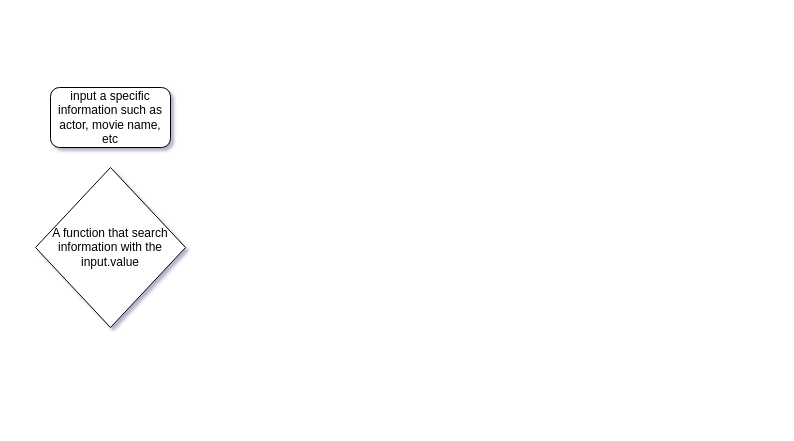
Tritintruong114/Basic-Portfolio keeps this draw.io diagram as Biểu đồ không có tiêu đề.drawio. Above is the earlier version. Source tidied: cells renumbered, new cells numbered last; positions are measured from the earlier drawing's top-left corner, leaving out a move shared by most shapes. Both pictures are drawn from the tidied source at 100%, with x=0, y=0 at pixel (35, 87).
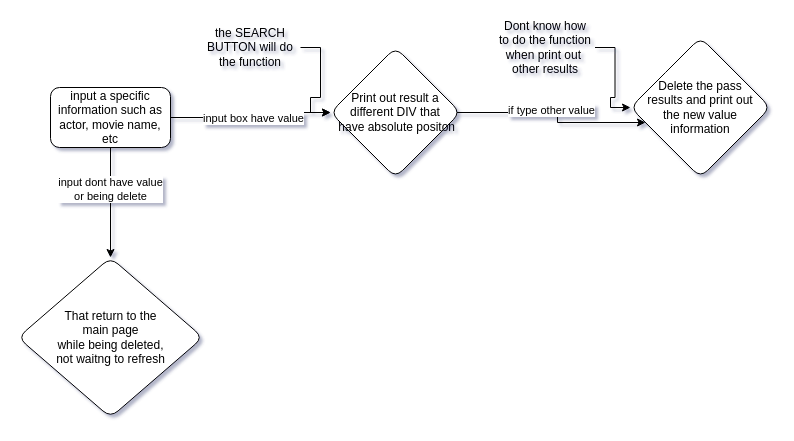
The same page after the edit.

Commit message:
Function movie

Unchanged cells that the change refers to:
```xml
<mxCell id="3" value="input a specific information such as actor, movie name, etc" style="rounded=1;whiteSpace=wrap;html=1;" parent="1" vertex="1">
  <mxGeometry x="15" width="120" height="60" as="geometry" />
</mxCell>
```

Diff of the diagram source:
```diff
@@
-    <mxCell id="2" value="A function that search information with the input.value" style="rhombus;whiteSpace=wrap;html=1;" parent="1" vertex="1">
-      <mxGeometry y="80" width="150" height="160" as="geometry" />
-    </mxCell>
+    <mxCell id="4" style="edgeStyle=orthogonalEdgeStyle;rounded=0;jettySize=auto;html=1;" parent="1" edge="1" source="3" target="10">
+      <mxGeometry relative="1" as="geometry">
+        <Array as="points">
+          <mxPoint x="215" y="30" />
+          <mxPoint x="215" y="25" />
+        </Array>
+      </mxGeometry>
+    </mxCell>
+    <mxCell id="5" value="input box have value" style="edgeLabel;html=1;align=center;verticalAlign=middle;" parent="4" vertex="1">
+      <mxGeometry x="-0.31" y="1" relative="1" as="geometry">
+        <mxPoint x="25" y="1" as="offset" />
+      </mxGeometry>
+    </mxCell>
+    <mxCell id="6" style="edgeStyle=orthogonalEdgeStyle;rounded=0;jettySize=auto;html=1;" parent="1" edge="1" source="3" target="11">
+      <mxGeometry relative="1" as="geometry">
+        <Array as="points">
+          <mxPoint x="75" y="100" />
+          <mxPoint x="75" y="100" />
+        </Array>
+      </mxGeometry>
+    </mxCell>
+    <mxCell id="7" value="input dont have value&lt;br&gt;or being delete" style="edgeLabel;html=1;align=center;verticalAlign=middle;" parent="6" vertex="1">
+      <mxGeometry x="-0.25" y="-1" relative="1" as="geometry" />
+    </mxCell>
@@
+    <mxCell id="8" style="edgeStyle=orthogonalEdgeStyle;rounded=0;jettySize=auto;html=1;" parent="1" edge="1" target="12">
+      <mxGeometry relative="1" as="geometry">
+        <mxPoint x="395" y="25" as="sourcePoint" />
+        <Array as="points">
+          <mxPoint x="522" y="25" />
+          <mxPoint x="522" y="35" />
+        </Array>
+      </mxGeometry>
+    </mxCell>
+    <mxCell id="9" value="if type other value" style="edgeLabel;html=1;align=center;verticalAlign=middle;" parent="8" vertex="1">
+      <mxGeometry x="0.16" relative="1" as="geometry">
+        <mxPoint x="-7" y="-7" as="offset" />
+      </mxGeometry>
+    </mxCell>
+    <mxCell id="10" value="Print out result&amp;nbsp;a different DIV that&lt;br&gt;&amp;nbsp;have absolute positon" style="rhombus;whiteSpace=wrap;html=1;rounded=1;" parent="1" vertex="1">
+      <mxGeometry x="295" y="-40" width="130" height="130" as="geometry" />
+    </mxCell>
+    <mxCell id="11" value="That return to the&lt;br&gt;main page&lt;br&gt;while being deleted,&lt;br&gt;not waitng to refresh" style="rhombus;whiteSpace=wrap;html=1;rounded=1;direction=south;" parent="1" vertex="1">
+      <mxGeometry x="-17.5" y="170" width="185" height="160" as="geometry" />
+    </mxCell>
+    <mxCell id="12" value="Delete the pass&lt;br&gt;results and print out&lt;br&gt;the new value&lt;br&gt;information" style="rhombus;whiteSpace=wrap;html=1;rounded=1;" parent="1" vertex="1">
+      <mxGeometry x="595" y="-50" width="140" height="140" as="geometry" />
+    </mxCell>
+    <mxCell id="13" style="edgeStyle=orthogonalEdgeStyle;rounded=0;jettySize=auto;html=1;entryX=0;entryY=0.5;entryDx=0;entryDy=0;" parent="1" edge="1" source="14" target="10">
+      <mxGeometry relative="1" as="geometry" />
+    </mxCell>
+    <mxCell id="14" value="the SEARCH BUTTON will do the function" style="text;html=1;strokeColor=none;fillColor=none;align=center;verticalAlign=middle;whiteSpace=wrap;rounded=0;" parent="1" vertex="1">
+      <mxGeometry x="165" y="-70" width="100" height="60" as="geometry" />
+    </mxCell>
+    <mxCell id="15" style="edgeStyle=orthogonalEdgeStyle;rounded=0;jettySize=auto;html=1;" parent="1" edge="1" source="16" target="12">
+      <mxGeometry relative="1" as="geometry" />
+    </mxCell>
+    <mxCell id="16" value="Dont know how&lt;br&gt;to do the function&lt;br&gt;when print out&amp;nbsp;&lt;br&gt;other results" style="text;html=1;strokeColor=none;fillColor=none;align=center;verticalAlign=middle;whiteSpace=wrap;rounded=0;" parent="1" vertex="1">
+      <mxGeometry x="459.5" y="-70" width="100" height="60" as="geometry" />
+    </mxCell>
```
